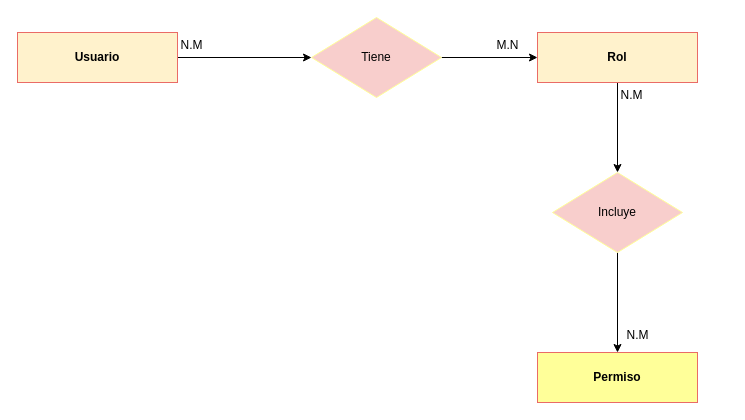
Above: CASO9"A".drawio in konnylisethalucematorresCAMPUS/baseDeDatosJhon (draw.io), before the change. Source tidied: cells renumbered, new cells numbered last; positions are measured from the earlier drawing's top-left corner, leaving out a move shared by most shapes. Both pictures are drawn from the tidied source at 100%, with x=0, y=0 at pixel (17, 17).
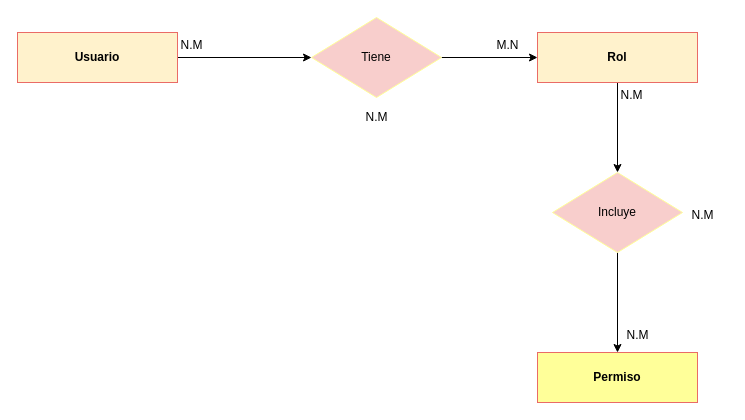
The same page after the edit.

Change to the diagram source:
```diff
@@
 <mxGraphModel>
   <root>
     <mxCell id="0" />
     <mxCell id="1" parent="0" />
     <mxCell id="2" style="edgeStyle=orthogonalEdgeStyle;rounded=0;jettySize=auto;html=1;exitX=1;exitY=0.5;exitDx=0;exitDy=0;entryX=0;entryY=0.5;entryDx=0;entryDy=0;" parent="1" edge="1" source="3" target="8">
       <mxGeometry relative="1" as="geometry" />
     </mxCell>
     <mxCell id="3" value="&lt;b&gt;Usuario&lt;/b&gt;" style="rounded=0;whiteSpace=wrap;html=1;fillColor=#fff2cc;strokeColor=#EA6B66;" parent="1" vertex="1">
       <mxGeometry y="15" width="160" height="50" as="geometry" />
     </mxCell>
     <mxCell id="4" style="edgeStyle=orthogonalEdgeStyle;rounded=0;jettySize=auto;html=1;exitX=0.5;exitY=1;exitDx=0;exitDy=0;entryX=0.5;entryY=0;entryDx=0;entryDy=0;" parent="1" edge="1" source="5" target="10">
       <mxGeometry relative="1" as="geometry" />
     </mxCell>
     <mxCell id="5" value="&lt;b&gt;Rol&lt;/b&gt;" style="rounded=0;whiteSpace=wrap;html=1;fillColor=#fff2cc;strokeColor=#EA6B66;" parent="1" vertex="1">
       <mxGeometry x="520" y="15" width="160" height="50" as="geometry" />
     </mxCell>
     <mxCell id="6" value="&lt;b&gt;Permiso&lt;/b&gt;" style="rounded=0;whiteSpace=wrap;html=1;fillColor=#FFFF99;strokeColor=#EA6B66;" parent="1" vertex="1">
       <mxGeometry x="520" y="335" width="160" height="50" as="geometry" />
     </mxCell>
     <mxCell id="7" style="edgeStyle=orthogonalEdgeStyle;rounded=0;jettySize=auto;html=1;exitX=1;exitY=0.5;exitDx=0;exitDy=0;" parent="1" edge="1" source="8" target="5">
       <mxGeometry relative="1" as="geometry" />
     </mxCell>
     <mxCell id="8" value="Tiene" style="rhombus;whiteSpace=wrap;html=1;fillColor=#f8cecc;strokeColor=#FFFF99;" parent="1" vertex="1">
       <mxGeometry x="294" width="130" height="80" as="geometry" />
     </mxCell>
     <mxCell id="9" style="edgeStyle=orthogonalEdgeStyle;rounded=0;jettySize=auto;html=1;exitX=0.5;exitY=1;exitDx=0;exitDy=0;entryX=0.5;entryY=0;entryDx=0;entryDy=0;" parent="1" edge="1" source="10" target="6">
       <mxGeometry relative="1" as="geometry" />
     </mxCell>
     <mxCell id="10" value="Incluye" style="rhombus;whiteSpace=wrap;html=1;fillColor=#f8cecc;strokeColor=#FFFF99;" parent="1" vertex="1">
       <mxGeometry x="535" y="155" width="130" height="80" as="geometry" />
     </mxCell>
     <mxCell id="11" value="N.M" style="text;html=1;align=center;verticalAlign=middle;strokeColor=none;fillColor=none;" parent="1" vertex="1">
       <mxGeometry x="149" y="13" width="50" height="30" as="geometry" />
     </mxCell>
     <mxCell id="12" value="M.N" style="text;html=1;align=center;verticalAlign=middle;strokeColor=none;fillColor=none;" parent="1" vertex="1">
       <mxGeometry x="465" y="13" width="50" height="30" as="geometry" />
     </mxCell>
     <mxCell id="13" value="N.M" style="text;html=1;align=center;verticalAlign=middle;strokeColor=none;fillColor=none;" parent="1" vertex="1">
       <mxGeometry x="589" y="63" width="50" height="30" as="geometry" />
     </mxCell>
     <mxCell id="14" value="N.M" style="text;html=1;align=center;verticalAlign=middle;strokeColor=none;fillColor=none;" parent="1" vertex="1">
       <mxGeometry x="595" y="303" width="50" height="30" as="geometry" />
     </mxCell>
+    <mxCell id="15" value="N.M" style="text;html=1;align=center;verticalAlign=middle;strokeColor=none;fillColor=none;" parent="1" vertex="1">
+      <mxGeometry x="660" y="183" width="50" height="30" as="geometry" />
+    </mxCell>
+    <mxCell id="16" value="N.M" style="text;html=1;align=center;verticalAlign=middle;strokeColor=none;fillColor=none;" parent="1" vertex="1">
+      <mxGeometry x="334" y="85" width="50" height="30" as="geometry" />
+    </mxCell>
   </root>
 </mxGraphModel>
```
